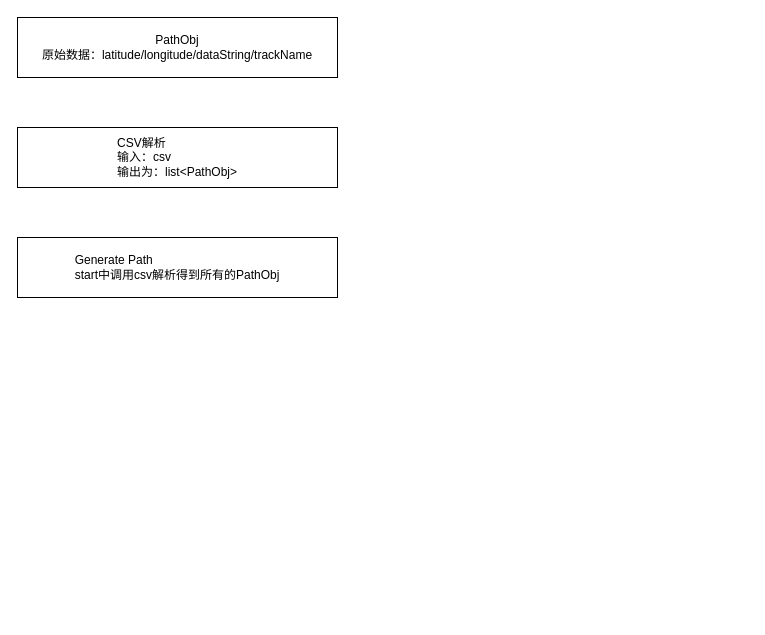
SaberrExcalibur/Draw.io.Save keeps this draw.io diagram as STC.drawio. Above is the earlier version. Source tidied: cells renumbered, new cells numbered last; positions are measured from the earlier drawing's top-left corner, leaving out a move shared by most shapes. Both pictures are drawn from the tidied source at 100%, with x=0, y=0 at pixel (17, 17).
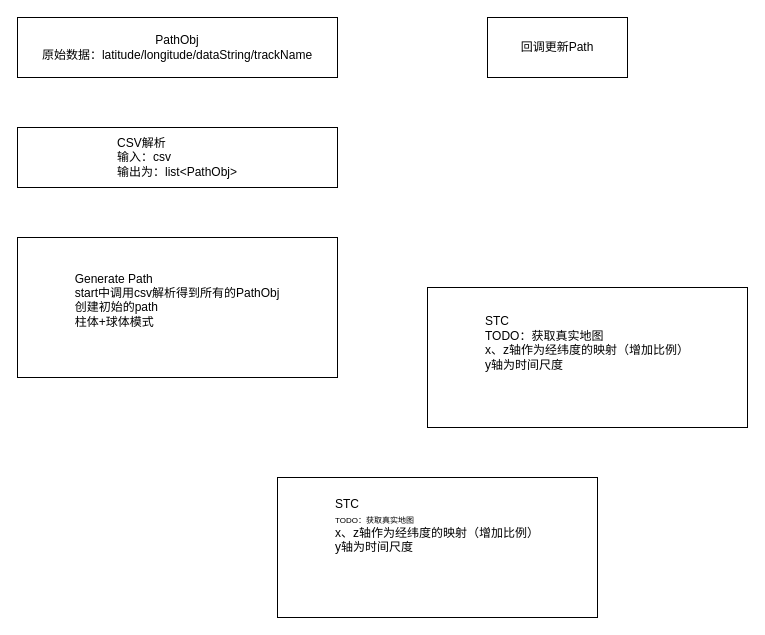
The same diagram, later.

What changed in the source:
```diff
@@
 <mxGraphModel>
   <root>
     <mxCell id="0" />
     <mxCell id="1" parent="0" />
     <mxCell id="2" value="PathObj&lt;br&gt;原始数据：latitude/longitude/dataString/trackName&lt;br&gt;" style="rounded=0;whiteSpace=wrap;html=1;" parent="1" vertex="1">
       <mxGeometry width="320" height="60" as="geometry" />
     </mxCell>
     <mxCell id="3" value="&lt;div style=&quot;text-align: left;&quot;&gt;&lt;span style=&quot;background-color: initial;&quot;&gt;CSV解析&lt;/span&gt;&lt;/div&gt;&lt;div style=&quot;text-align: left;&quot;&gt;输入：csv&lt;/div&gt;&lt;div style=&quot;text-align: left;&quot;&gt;输出为：list&amp;lt;PathObj&amp;gt;&lt;/div&gt;" style="rounded=0;whiteSpace=wrap;html=1;" parent="1" vertex="1">
       <mxGeometry y="110" width="320" height="60" as="geometry" />
     </mxCell>
-    <mxCell id="4" value="&lt;div style=&quot;text-align: left;&quot;&gt;&lt;span style=&quot;background-color: initial;&quot;&gt;Generate Path&lt;/span&gt;&lt;/div&gt;&lt;div style=&quot;text-align: left;&quot;&gt;&lt;span style=&quot;background-color: initial;&quot;&gt;start中调用csv解析得到所有的PathObj&lt;/span&gt;&lt;/div&gt;" style="rounded=0;whiteSpace=wrap;html=1;" parent="1" vertex="1">
-      <mxGeometry y="220" width="320" height="60" as="geometry" />
+    <mxCell id="4" value="&lt;div style=&quot;text-align: left;&quot;&gt;&lt;span style=&quot;background-color: initial;&quot;&gt;Generate Path&lt;/span&gt;&lt;/div&gt;&lt;div style=&quot;text-align: left;&quot;&gt;&lt;span style=&quot;background-color: initial;&quot;&gt;start中调用csv解析得到所有的PathObj&lt;/span&gt;&lt;/div&gt;&lt;div style=&quot;text-align: left;&quot;&gt;创建初始的path&lt;br&gt;柱体+球体模式&lt;/div&gt;&lt;div style=&quot;text-align: left;&quot;&gt;&lt;br&gt;&lt;/div&gt;" style="rounded=0;whiteSpace=wrap;html=1;" parent="1" vertex="1">
+      <mxGeometry y="220" width="320" height="140" as="geometry" />
     </mxCell>
+    <mxCell id="5" value="&lt;div style=&quot;text-align: left;&quot;&gt;回调更新Path&lt;/div&gt;" style="rounded=0;whiteSpace=wrap;html=1;" parent="1" vertex="1">
+      <mxGeometry x="470" width="140" height="60" as="geometry" />
+    </mxCell>
+    <mxCell id="6" value="&lt;div style=&quot;text-align: left;&quot;&gt;STC&lt;/div&gt;&lt;div style=&quot;text-align: left;&quot;&gt;TODO：获取真实地图&lt;/div&gt;&lt;div style=&quot;text-align: left;&quot;&gt;x、z轴作为经纬度的映射（增加比例）&lt;/div&gt;&lt;div style=&quot;text-align: left;&quot;&gt;y轴为时间尺度&lt;/div&gt;&lt;div style=&quot;text-align: left;&quot;&gt;&lt;br&gt;&lt;br&gt;&lt;/div&gt;" style="rounded=0;whiteSpace=wrap;html=1;" parent="1" vertex="1">
+      <mxGeometry x="410" y="270" width="320" height="140" as="geometry" />
+    </mxCell>
+    <mxCell id="7" value="&lt;div style=&quot;text-align: left;&quot;&gt;STC&lt;/div&gt;&lt;div style=&quot;text-align: left;&quot;&gt;&lt;font style=&quot;font-size: 8px;&quot;&gt;TODO：获取真实地图&lt;/font&gt;&lt;/div&gt;&lt;div style=&quot;text-align: left;&quot;&gt;x、z轴作为经纬度的映射（增加比例）&lt;/div&gt;&lt;div style=&quot;text-align: left;&quot;&gt;y轴为时间尺度&lt;/div&gt;&lt;div style=&quot;text-align: left;&quot;&gt;&lt;br&gt;&lt;/div&gt;&lt;div style=&quot;text-align: left;&quot;&gt;&lt;br&gt;&lt;br&gt;&lt;/div&gt;" style="rounded=0;whiteSpace=wrap;html=1;" parent="1" vertex="1">
+      <mxGeometry x="260" y="460" width="320" height="140" as="geometry" />
+    </mxCell>
   </root>
 </mxGraphModel>
```
